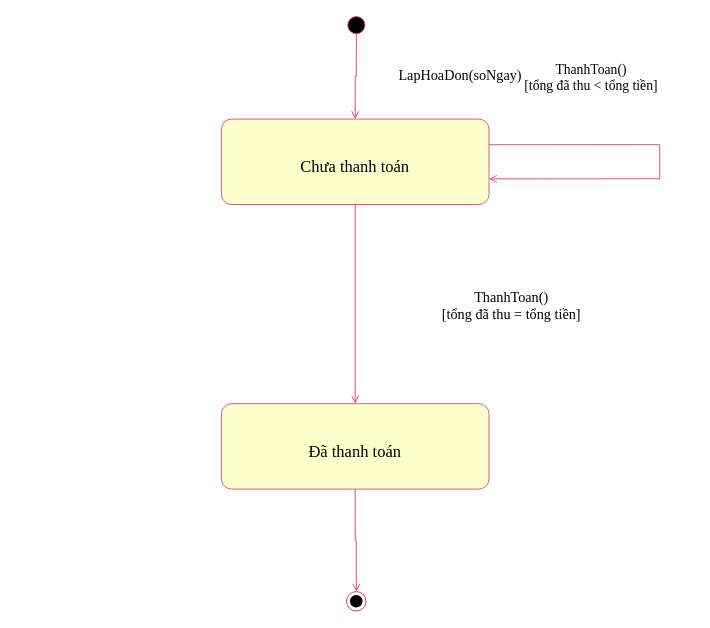
kanishere55/LAB_AT_OOSD keeps this draw.io diagram as LAB3/UML/08_StateHoaDon.drawio. Above is the earlier version. Source tidied: cells renumbered, new cells numbered last; positions are measured from the earlier drawing's top-left corner, leaving out a move shared by most shapes. Both pictures are drawn from the tidied source at 100%, with x=0, y=0 at pixel (221, 16).
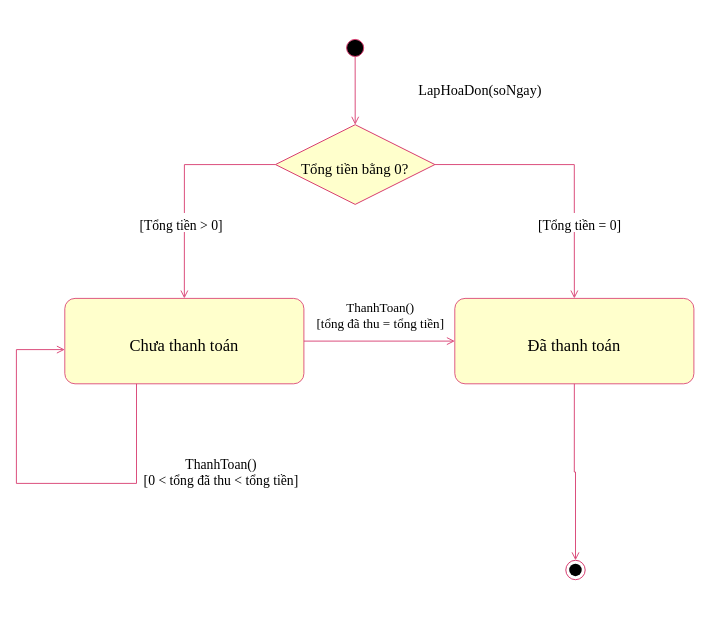
The same diagram, later.

The edit, as a diff of the source:
```diff
@@
-    <mxCell id="2" style="group;html=0;" parent="1" vertex="1">
-      <mxGeometry x="126.3" y="0.1" width="17.1" height="17.1" as="geometry" />
-    </mxCell>
+    <mxCell id="20" style="group;html=0;" parent="1" vertex="1">
+      <mxGeometry x="125.1" y="22.9" width="17.1" height="17.1" as="geometry" />
+    </mxCell>
-    <mxCell id="3" style="shape=ellipse;fillColor=#000000;strokeColor=#d83d70;" parent="2" vertex="1">
+    <mxCell id="3" style="shape=ellipse;fillColor=#000000;strokeColor=#D83D70;" parent="20" vertex="1">
       <mxGeometry width="17.1" height="17.1" as="geometry" />
     </mxCell>
-    <mxCell id="4" style="group;html=0;" parent="1" vertex="1">
-      <mxGeometry x="-0.1" y="102.6" width="267.6" height="85.4" as="geometry" />
-    </mxCell>
+    <mxCell id="21" style="group;html=0;" parent="1" vertex="1">
+      <mxGeometry x="54" y="108.2" width="159.4" height="79.7" as="geometry" />
+    </mxCell>
-    <mxCell id="5" style="rounded=1;arcSize=12;html=0;fillColor=#ffffcc;strokeColor=#d83d70;strokeWidth=0.854;" parent="4" vertex="1">
-      <mxGeometry width="267.6" height="85.4" as="geometry" />
+    <mxCell id="5" style="shape=rhombus;fillColor=#FFFFCC;strokeColor=#D83D70;" parent="21" vertex="1">
+      <mxGeometry width="159.4" height="79.7" as="geometry" />
     </mxCell>
-    <mxCell id="6" value="Chưa thanh toán" style="text;html=0;strokeColor=none;fillColor=none;fontFamily=Times New Roman;fontColor=#000000;fontSize=16.509;fontStyle=0;align=center;verticalAlign=top;spacing=0;whiteSpace=nowrap;overflow=visible;" parent="4" vertex="1">
-      <mxGeometry x="77.8" y="33" width="112" height="22.3" as="geometry" />
+    <mxCell id="6" value="Tổng tiền bằng 0?" style="text;html=0;strokeColor=none;fillColor=none;fontFamily=Times New Roman;fontColor=#000000;fontSize=14.801;fontStyle=0;align=center;verticalAlign=top;spacing=0;whiteSpace=nowrap;overflow=visible;" parent="21" vertex="1">
+      <mxGeometry x="24.3" y="31.1" width="110.7" height="20.3" as="geometry" />
     </mxCell>
-    <mxCell id="7" style="group;html=0;" parent="1" vertex="1">
-      <mxGeometry x="-0.1" y="387.2" width="267.6" height="85.4" as="geometry" />
-    </mxCell>
+    <mxCell id="4" style="group;html=0;" parent="1" vertex="1">
+      <mxGeometry x="-156.7" y="281.9" width="239.1" height="85.4" as="geometry" />
+    </mxCell>
-    <mxCell id="8" style="rounded=1;arcSize=12;html=0;fillColor=#ffffcc;strokeColor=#d83d70;strokeWidth=0.854;" parent="7" vertex="1">
-      <mxGeometry width="267.6" height="85.4" as="geometry" />
+    <mxCell id="8" style="rounded=1;arcSize=12;html=0;fillColor=#FFFFCC;strokeColor=#D83D70;strokeWidth=0.854;" parent="4" vertex="1">
+      <mxGeometry width="239.1" height="85.4" as="geometry" />
     </mxCell>
-    <mxCell id="9" value="Đã thanh toán" style="text;html=0;strokeColor=none;fillColor=none;fontFamily=Times New Roman;fontColor=#000000;fontSize=16.509;fontStyle=0;align=center;verticalAlign=top;spacing=0;whiteSpace=nowrap;overflow=visible;" parent="7" vertex="1">
-      <mxGeometry x="85.9" y="33" width="95.8" height="22.3" as="geometry" />
+    <mxCell id="9" value="Chưa thanh toán" style="text;html=0;strokeColor=none;fillColor=none;fontFamily=Times New Roman;fontColor=#000000;fontSize=16.509;fontStyle=0;align=center;verticalAlign=top;spacing=0;whiteSpace=nowrap;overflow=visible;" parent="4" vertex="1">
+      <mxGeometry x="63.5" y="33" width="112" height="22.3" as="geometry" />
     </mxCell>
-    <mxCell id="10" style="group;html=0;" parent="1" vertex="1">
-      <mxGeometry x="125.1" y="575.1" width="19.4" height="19.4" as="geometry" />
-    </mxCell>
+    <mxCell id="7" style="group;html=0;" parent="1" vertex="1">
+      <mxGeometry x="233.3" y="281.9" width="239.1" height="85.4" as="geometry" />
+    </mxCell>
-    <mxCell id="11" style="shape=ellipse;fillColor=white;strokeColor=#d83d70;" parent="10" vertex="1">
-      <mxGeometry width="19.4" height="19.4" as="geometry" />
+    <mxCell id="11" style="rounded=1;arcSize=12;html=0;fillColor=#FFFFCC;strokeColor=#D83D70;strokeWidth=0.854;" parent="7" vertex="1">
+      <mxGeometry width="239.1" height="85.4" as="geometry" />
     </mxCell>
-    <mxCell id="12" style="shape=ellipse;fillColor=#000000;strokeColor=none;" parent="10" vertex="1">
-      <mxGeometry x="3.4" y="3.4" width="12.5" height="12.5" as="geometry" />
+    <mxCell id="12" value="Đã thanh toán" style="text;html=0;strokeColor=none;fillColor=none;fontFamily=Times New Roman;fontColor=#000000;fontSize=16.509;fontStyle=0;align=center;verticalAlign=top;spacing=0;whiteSpace=nowrap;overflow=visible;" parent="7" vertex="1">
+      <mxGeometry x="71.7" y="33" width="95.8" height="22.3" as="geometry" />
     </mxCell>
+    <mxCell id="22" style="group;html=0;" parent="1" vertex="1">
+      <mxGeometry x="344.3" y="543.8" width="19.4" height="19.4" as="geometry" />
+    </mxCell>
-    <mxCell id="13" style="edgeStyle=none;noEdgeStyle=1;rounded=0;jumpStyle=arc;jumpSize=6;strokeColor=#d83d70;strokeWidth=0.911;endArrow=open;endFill=0;startArrow=none;startFill=1;exitX=0.5;exitY=1.0;exitPerimeter=0;entryX=0.5;entryY=0.0;entryPerimeter=0;" parent="1" edge="1" source="2" target="4">
-      <mxGeometry relative="1" as="geometry">
-        <Array as="points">
-          <mxPoint x="134.8" y="59.9" />
-          <mxPoint x="133.7" y="59.9" />
-        </Array>
-      </mxGeometry>
+    <mxCell id="13" style="shape=ellipse;fillColor=white;strokeColor=#D83D70;" parent="22" vertex="1">
+      <mxGeometry width="19.4" height="19.4" as="geometry" />
     </mxCell>
-    <mxCell id="14" value="LapHoaDon(soNgay)" style="text;html=0;strokeColor=none;fillColor=#ffffff;fontFamily=Times New Roman;fontColor=#000000;fontSize=14.232;fontStyle=0;align=center;verticalAlign=top;spacing=0;whiteSpace=nowrap;overflow=visible;" parent="1" vertex="1">
-      <mxGeometry x="175.8" y="45.6" width="126.4" height="19.6" as="geometry" />
+    <mxCell id="14" style="shape=ellipse;fillColor=#000000;strokeColor=none;" parent="22" vertex="1">
+      <mxGeometry x="3.4" y="3.4" width="12.5" height="12.5" as="geometry" />
     </mxCell>
-    <mxCell id="15" style="edgeStyle=none;noEdgeStyle=1;rounded=0;jumpStyle=arc;jumpSize=6;strokeColor=#d83d70;strokeWidth=0.911;endArrow=open;endFill=0;startArrow=none;startFill=1;exitX=1.0;exitY=0.3;exitPerimeter=0;entryX=1.0;entryY=0.7;entryPerimeter=0;" parent="1" edge="1" source="4" target="4">
-      <mxGeometry relative="1" as="geometry">
-        <Array as="points">
-          <mxPoint x="438.2" y="128.2" />
-          <mxPoint x="438.2" y="162.3" />
-        </Array>
-      </mxGeometry>
+    <mxCell id="15" style="edgeStyle=none;noEdgeStyle=1;rounded=0;jumpStyle=arc;jumpSize=6;strokeColor=#D83D70;strokeWidth=0.911;endArrow=open;endFill=0;startArrow=none;startFill=1;exitX=0.5;exitY=1.0;exitPerimeter=0;entryX=0.5;entryY=0.0;entryPerimeter=0;" parent="1" edge="1" source="20" target="21">
+      <mxGeometry relative="1" as="geometry" />
     </mxCell>
-    <mxCell id="16" value="ThanhToan()&#10;[tổng đã thu &lt; tổng tiền]" style="text;html=0;strokeColor=none;fillColor=#ffffff;fontFamily=Times New Roman;fontColor=#000000;fontSize=13.663;fontStyle=0;align=center;verticalAlign=top;spacing=0;whiteSpace=nowrap;overflow=visible;" parent="1" vertex="1">
-      <mxGeometry x="301.4" y="39.9" width="137.1" height="35.1" as="geometry" />
+    <mxCell id="16" value="LapHoaDon(soNgay)" style="text;html=0;strokeColor=none;fillColor=#ffffff;fontFamily=Times New Roman;fontColor=#000000;fontSize=14.232;fontStyle=0;align=center;verticalAlign=top;spacing=0;whiteSpace=nowrap;overflow=visible;" parent="1" vertex="1">
+      <mxGeometry x="195.7" y="61" width="126.4" height="19.6" as="geometry" />
     </mxCell>
-    <mxCell id="17" style="edgeStyle=none;noEdgeStyle=1;rounded=0;jumpStyle=arc;jumpSize=6;strokeColor=#d83d70;strokeWidth=0.911;endArrow=open;endFill=0;startArrow=none;startFill=1;exitX=0.5;exitY=1.0;exitPerimeter=0;entryX=0.5;entryY=0.0;entryPerimeter=0;" parent="1" edge="1" source="4" target="7">
-      <mxGeometry relative="1" as="geometry" />
+    <mxCell id="17" style="edgeStyle=none;noEdgeStyle=1;rounded=0;jumpStyle=arc;jumpSize=6;strokeColor=#D83D70;strokeWidth=0.911;endArrow=open;endFill=0;startArrow=none;startFill=1;exitX=0.0;exitY=0.5;exitPerimeter=0;entryX=0.5;entryY=0.0;entryPerimeter=0;" parent="1" edge="1" source="21" target="4">
+      <mxGeometry relative="1" as="geometry">
+        <Array as="points">
+          <mxPoint x="-37.1" y="148.1" />
+        </Array>
+      </mxGeometry>
     </mxCell>
-    <mxCell id="18" value="ThanhToan()&#10;[tổng đã thu = tổng tiền]" style="text;html=0;strokeColor=none;fillColor=#ffffff;fontFamily=Times New Roman;fontColor=#000000;fontSize=14.232;fontStyle=0;align=center;verticalAlign=top;spacing=0;whiteSpace=nowrap;overflow=visible;" parent="1" vertex="1">
-      <mxGeometry x="219.1" y="267.6" width="142.2" height="36.4" as="geometry" />
+    <mxCell id="18" value="[Tổng tiền &gt; 0]" style="text;html=0;strokeColor=none;fillColor=#ffffff;fontFamily=Times New Roman;fontColor=#000000;fontSize=13.663;fontStyle=0;align=center;verticalAlign=top;spacing=0;whiteSpace=nowrap;overflow=visible;" parent="1" vertex="1">
+      <mxGeometry x="-83.4" y="196.5" width="86.8" height="19" as="geometry" />
     </mxCell>
-    <mxCell id="19" style="edgeStyle=none;noEdgeStyle=1;rounded=0;jumpStyle=arc;jumpSize=6;strokeColor=#d83d70;strokeWidth=0.911;endArrow=open;endFill=0;startArrow=none;startFill=1;exitX=0.5;exitY=1.0;exitPerimeter=0;entryX=0.5;entryY=0.0;entryPerimeter=0;" parent="1" edge="1" source="7" target="10">
+    <mxCell id="19" style="edgeStyle=none;noEdgeStyle=1;rounded=0;jumpStyle=arc;jumpSize=6;strokeColor=#D83D70;strokeWidth=0.911;endArrow=open;endFill=0;startArrow=none;startFill=1;exitX=1.0;exitY=0.5;exitPerimeter=0;entryX=0.5;entryY=0.0;entryPerimeter=0;" parent="1" edge="1" source="21" target="7">
       <mxGeometry relative="1" as="geometry">
         <Array as="points">
-          <mxPoint x="133.7" y="523.8" />
-          <mxPoint x="134.8" y="523.8" />
+          <mxPoint x="352.8" y="148.1" />
         </Array>
       </mxGeometry>
     </mxCell>
+    <mxCell id="23" value="[Tổng tiền = 0]" style="text;html=0;strokeColor=none;fillColor=#ffffff;fontFamily=Times New Roman;fontColor=#000000;fontSize=13.663;fontStyle=0;align=center;verticalAlign=top;spacing=0;whiteSpace=nowrap;overflow=visible;" parent="1" vertex="1">
+      <mxGeometry x="315.1" y="196.5" width="86.8" height="19" as="geometry" />
+    </mxCell>
+    <mxCell id="24" style="edgeStyle=none;noEdgeStyle=1;rounded=0;jumpStyle=arc;jumpSize=6;strokeColor=#D83D70;strokeWidth=0.911;endArrow=open;endFill=0;startArrow=none;startFill=1;exitX=1.0;exitY=0.5;exitPerimeter=0;entryX=0.0;entryY=0.5;entryPerimeter=0;" parent="1" edge="1" source="4" target="7">
+      <mxGeometry relative="1" as="geometry" />
+    </mxCell>
+    <mxCell id="25" value="ThanhToan()&#10;[tổng đã thu = tổng tiền]" style="text;html=0;strokeColor=none;fillColor=#ffffff;fontFamily=Times New Roman;fontColor=#000000;fontSize=13.094;fontStyle=0;align=center;verticalAlign=top;spacing=0;whiteSpace=nowrap;overflow=visible;" parent="1" vertex="1">
+      <mxGeometry x="93.4" y="279" width="131.6" height="33.7" as="geometry" />
+    </mxCell>
+    <mxCell id="26" style="edgeStyle=none;noEdgeStyle=1;rounded=0;jumpStyle=arc;jumpSize=6;strokeColor=#D83D70;strokeWidth=0.911;endArrow=open;endFill=0;startArrow=none;startFill=1;" parent="1" edge="1">
+      <mxGeometry relative="1" as="geometry">
+        <mxPoint x="-85" y="367.3" as="sourcePoint" />
+        <mxPoint x="-156.7" y="333.1" as="targetPoint" />
+        <Array as="points">
+          <mxPoint x="-85" y="466.9" />
+          <mxPoint x="-205.1" y="466.9" />
+          <mxPoint x="-205.1" y="333.1" />
+        </Array>
+      </mxGeometry>
+    </mxCell>
+    <mxCell id="27" value="ThanhToan()&#10;[0 &lt; tổng đã thu &lt; tổng tiền]" style="text;html=0;strokeColor=none;fillColor=#ffffff;fontFamily=Times New Roman;fontColor=#000000;fontSize=13.663;fontStyle=0;align=center;verticalAlign=top;spacing=0;whiteSpace=nowrap;overflow=visible;" parent="1" vertex="1">
+      <mxGeometry x="-79.3" y="435.6" width="158.4" height="35.1" as="geometry" />
+    </mxCell>
+    <mxCell id="28" style="edgeStyle=none;noEdgeStyle=1;rounded=0;jumpStyle=arc;jumpSize=6;strokeColor=#D83D70;strokeWidth=0.911;endArrow=open;endFill=0;startArrow=none;startFill=1;exitX=0.5;exitY=1.0;exitPerimeter=0;entryX=0.5;entryY=0.0;entryPerimeter=0;" parent="1" edge="1" source="7" target="22">
+      <mxGeometry relative="1" as="geometry">
+        <Array as="points">
+          <mxPoint x="352.8" y="455.5" />
+          <mxPoint x="354" y="455.5" />
+        </Array>
+      </mxGeometry>
+    </mxCell>
```
